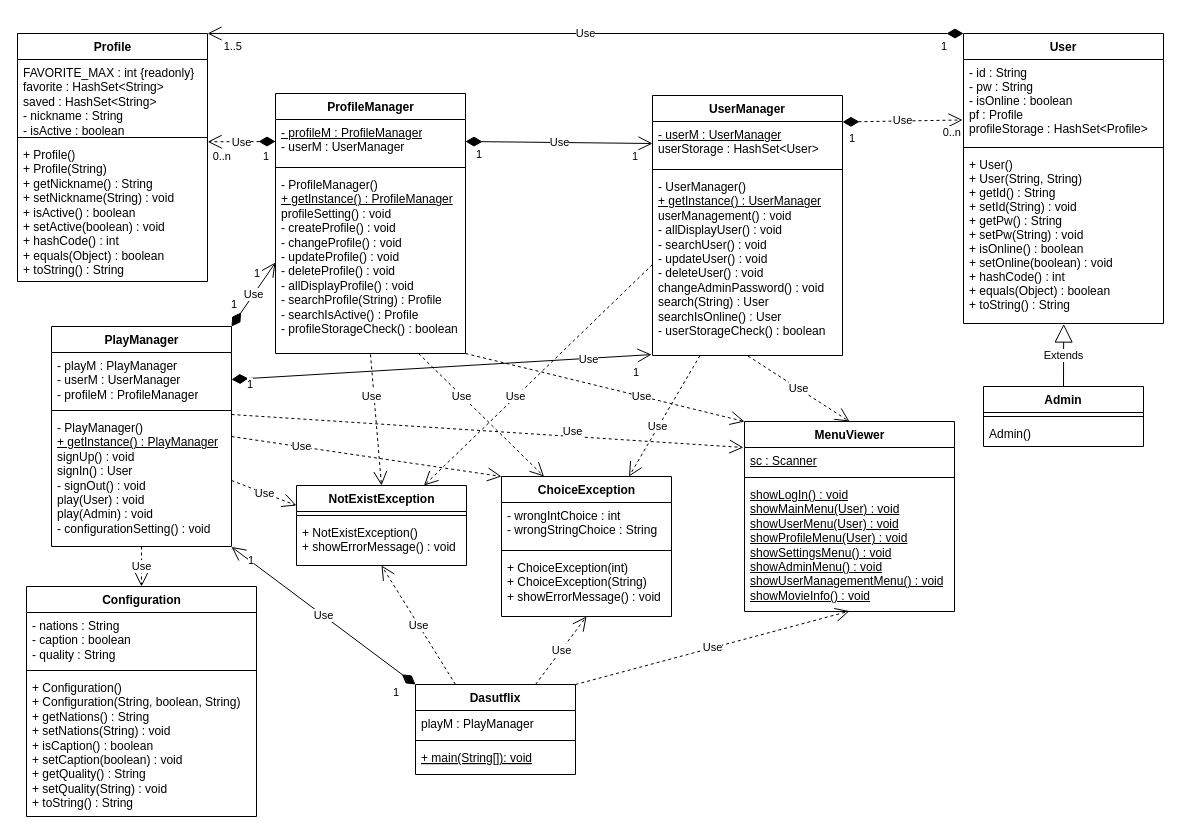
This is 5_Java/Dasutflix/DasutflixClassDiagram.drawio from bcchoi518/Gukbi, a draw.io file, before an edit. Source tidied: cells renumbered, new cells numbered last; positions are measured from the earlier drawing's top-left corner, leaving out a move shared by most shapes. Both pictures are drawn from the tidied source at 100%, with x=0, y=0 at pixel (17, 33).
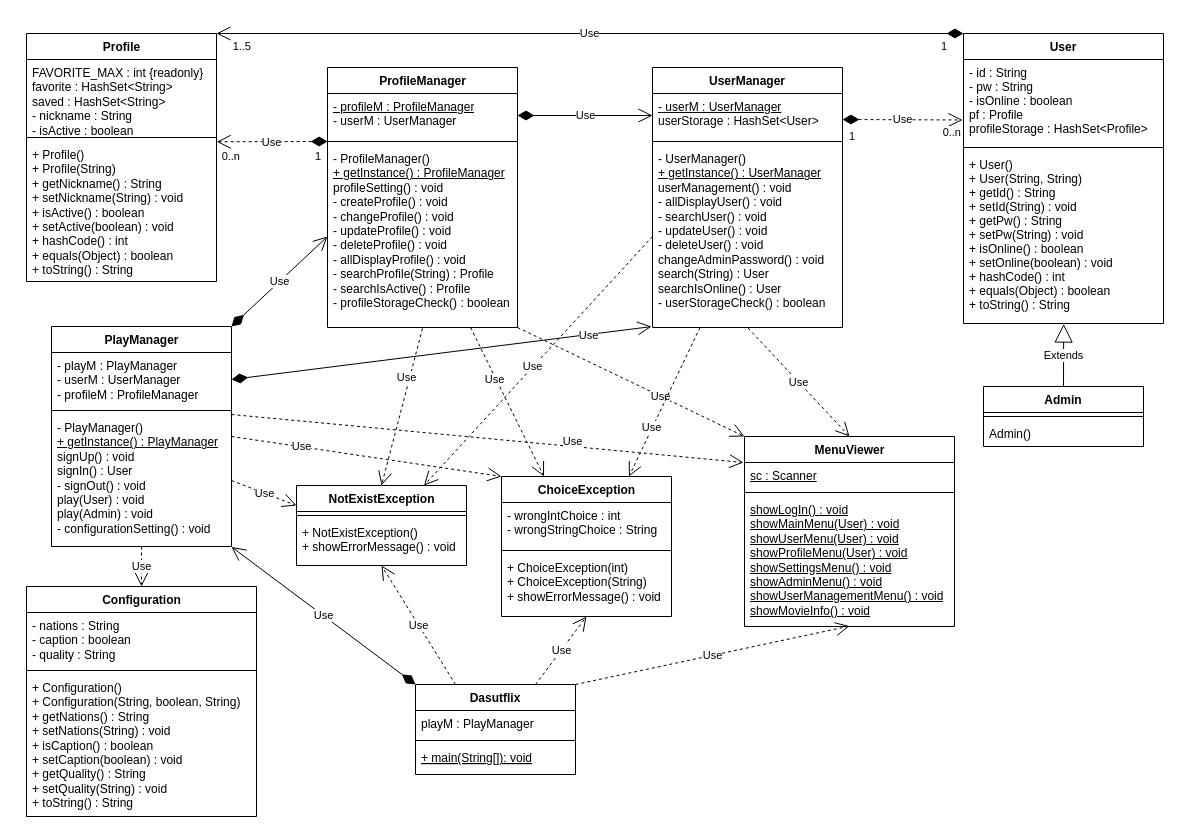
After the change.

Commit message (it also covers changes not shown here):
java mini project ~ing

The change refers to these unchanged cells:
```xml
<mxCell id="10" value="- id : String&#10;- pw : String&#10;- isOnline : boolean&#10;pf : Profile&#10;profileStorage : HashSet&lt;Profile&gt;&#10;&#10;" style="text;strokeColor=none;fillColor=none;align=left;verticalAlign=top;spacingLeft=4;spacingRight=4;overflow=hidden;points=[[0,0.5],[1,0.5]];portConstraint=eastwest;" parent="9" vertex="1">
  <mxGeometry y="26" width="200" height="84" as="geometry" />
</mxCell>
<mxCell id="14" value="&lt;u&gt;- userM : UserManager&lt;/u&gt;&lt;br&gt;userStorage : HashSet&amp;lt;User&amp;gt;" style="text;strokeColor=none;fillColor=none;align=left;verticalAlign=top;spacingLeft=4;spacingRight=4;overflow=hidden;points=[[0,0.5],[1,0.5]];portConstraint=eastwest;html=1;" parent="13" vertex="1">
  <mxGeometry y="26" width="190" height="44" as="geometry" />
</mxCell>
<mxCell id="16" value="&lt;div&gt;- UserManager()&lt;/div&gt;&lt;div&gt;&lt;u&gt;+ getInstance() : UserManager&lt;/u&gt;&lt;/div&gt;&lt;div&gt;userManagement() : void&lt;/div&gt;&lt;div&gt;- allDisplayUser() : void&lt;/div&gt;&lt;div&gt;- searchUser() : void&lt;/div&gt;&lt;div&gt;- updateUser() : void&lt;/div&gt;&lt;div&gt;- deleteUser() : void&lt;/div&gt;&lt;div&gt;changeAdminPassword() : void&lt;/div&gt;&lt;div&gt;search(String) : User&lt;/div&gt;&lt;div&gt;searchIsOnline() : User&lt;/div&gt;&lt;div&gt;- userStorageCheck() : boolean&lt;br&gt;&lt;/div&gt;" style="text;strokeColor=none;fillColor=none;align=left;verticalAlign=top;spacingLeft=4;spacingRight=4;overflow=hidden;points=[[0,0.5],[1,0.5]];portConstraint=eastwest;html=1;" parent="13" vertex="1">
  <mxGeometry y="78" width="190" height="182" as="geometry" />
</mxCell>
<mxCell id="20" value="&lt;div&gt;+ Profile()&lt;/div&gt;&lt;div&gt;+ Profile(String)&lt;/div&gt;&lt;div&gt;+ getNickname() : String&lt;/div&gt;&lt;div&gt;+ setNickname(String) : void&lt;/div&gt;&lt;div&gt;+ isActive() : boolean&lt;/div&gt;&lt;div&gt;+ setActive(boolean) : void&lt;/div&gt;&lt;div&gt;+ hashCode() : int&lt;/div&gt;&lt;div&gt;+ equals(Object) : boolean&lt;/div&gt;&lt;div&gt;+ toString() : String&lt;br&gt;&lt;/div&gt;&lt;div&gt;&lt;br&gt;&lt;/div&gt;" style="text;strokeColor=none;fillColor=none;align=left;verticalAlign=top;spacingLeft=4;spacingRight=4;overflow=hidden;points=[[0,0.5],[1,0.5]];portConstraint=eastwest;html=1;" parent="17" vertex="1">
  <mxGeometry y="108" width="190" height="140" as="geometry" />
</mxCell>
<mxCell id="22" value="&lt;div&gt;&lt;u&gt;- profileM : ProfileManager&lt;/u&gt;&lt;/div&gt;&lt;div&gt;- userM : UserManager&lt;u&gt;&lt;br&gt;&lt;/u&gt;&lt;/div&gt;" style="text;strokeColor=none;fillColor=none;align=left;verticalAlign=top;spacingLeft=4;spacingRight=4;overflow=hidden;points=[[0,0.5],[1,0.5]];portConstraint=eastwest;html=1;" parent="21" vertex="1">
  <mxGeometry y="26" width="190" height="44" as="geometry" />
</mxCell>
<mxCell id="23" style="line;strokeWidth=1;fillColor=none;align=left;verticalAlign=middle;spacingTop=-1;spacingLeft=3;spacingRight=3;labelPosition=right;points=[];portConstraint=eastwest;html=1;" parent="21" vertex="1">
  <mxGeometry y="70" width="190" height="8" as="geometry" />
</mxCell>
<mxCell id="37" value="ChoiceException" style="swimlane;fontStyle=1;align=center;verticalAlign=top;horizontal=1;startSize=26;html=1;" parent="1" vertex="1">
  <mxGeometry x="484" y="443" width="170" height="140" as="geometry" />
</mxCell>
<mxCell id="41" value="NotExistException" style="swimlane;fontStyle=1;align=center;verticalAlign=top;horizontal=1;startSize=26;html=1;" parent="1" vertex="1">
  <mxGeometry x="279" y="452" width="170" height="80" as="geometry" />
</mxCell>
<mxCell id="54" value="Use" style="endArrow=open;html=1;endSize=12;startArrow=diamondThin;startSize=14;startFill=1;rounded=0;exitX=1;exitY=0.5;exitDx=0;exitDy=0;entryX=0;entryY=0.5;entryDx=0;entryDy=0;" parent="1" edge="1" source="22" target="14">
  <mxGeometry relative="1" as="geometry" />
</mxCell>
<mxCell id="57" value="Use" style="endArrow=open;html=1;endSize=12;startArrow=diamondThin;startSize=14;startFill=1;rounded=0;exitX=1;exitY=0.5;exitDx=0;exitDy=0;entryX=-0.005;entryY=0.995;entryDx=0;entryDy=0;entryPerimeter=0;" parent="1" edge="1" source="26" target="16">
  <mxGeometry x="0.7" y="-1" relative="1" as="geometry" />
</mxCell>
<mxCell id="60" value="Use" style="endArrow=open;html=1;endSize=12;startArrow=diamondThin;startSize=14;startFill=1;rounded=0;exitX=1;exitY=0;exitDx=0;exitDy=0;entryX=0;entryY=0.5;entryDx=0;entryDy=0;" parent="1" edge="1" source="25" target="24">
  <mxGeometry relative="1" as="geometry" />
</mxCell>
<mxCell id="66" value="Use" style="endArrow=open;html=1;endSize=12;startArrow=diamondThin;startSize=14;startFill=1;rounded=0;exitX=0;exitY=0;exitDx=0;exitDy=0;entryX=1;entryY=1.003;entryDx=0;entryDy=0;entryPerimeter=0;" parent="1" edge="1" source="2" target="28">
  <mxGeometry relative="1" as="geometry" />
</mxCell>
```

Change to the diagram source:
```diff
@@
     <mxCell id="13" value="UserManager" style="swimlane;fontStyle=1;align=center;verticalAlign=top;horizontal=1;startSize=26;" parent="1" vertex="1">
-      <mxGeometry x="635" y="62" width="190" height="260" as="geometry" />
+      <mxGeometry x="635" y="34" width="190" height="260" as="geometry" />
     </mxCell>
@@
     <mxCell id="17" value="Profile" style="swimlane;fontStyle=1;align=center;verticalAlign=top;horizontal=1;startSize=26;html=1;" parent="1" vertex="1">
-      <mxGeometry width="190" height="248" as="geometry" />
+      <mxGeometry x="9" width="190" height="248" as="geometry" />
     </mxCell>
@@
     <mxCell id="21" value="ProfileManager" style="swimlane;fontStyle=1;align=center;verticalAlign=top;horizontal=1;startSize=26;html=1;" parent="1" vertex="1">
-      <mxGeometry x="258" y="60" width="190" height="260" as="geometry" />
+      <mxGeometry x="310" y="34" width="190" height="260" as="geometry" />
     </mxCell>
@@
     <mxCell id="29" value="MenuViewer" style="swimlane;fontStyle=1;align=center;verticalAlign=top;horizontal=1;startSize=26;html=1;" parent="1" vertex="1">
-      <mxGeometry x="727" y="388" width="210" height="190" as="geometry" />
+      <mxGeometry x="727" y="403" width="210" height="190" as="geometry" />
     </mxCell>
@@
-    <mxCell id="46" value="Use" style="endArrow=open;html=1;endSize=12;startArrow=diamondThin;startSize=14;startFill=1;rounded=0;entryX=-0.005;entryY=0.72;entryDx=0;entryDy=0;exitX=1;exitY=0.011;exitDx=0;exitDy=0;dashed=1;exitPerimeter=0;entryPerimeter=0;" parent="1" edge="1" source="14" target="10">
+    <mxCell id="46" value="Use" style="endArrow=open;html=1;endSize=12;startArrow=diamondThin;startSize=14;startFill=1;rounded=0;entryX=-0.005;entryY=0.72;entryDx=0;entryDy=0;exitX=1;exitY=0.591;exitDx=0;exitDy=0;dashed=1;exitPerimeter=0;entryPerimeter=0;" parent="1" edge="1" source="14" target="10">
       <mxGeometry relative="1" as="geometry" />
     </mxCell>
@@
-    <mxCell id="49" value="Use" style="endArrow=open;html=1;endSize=12;startArrow=diamondThin;startSize=14;startFill=1;rounded=0;exitX=0;exitY=0.5;exitDx=0;exitDy=0;entryX=1.001;entryY=0.002;entryDx=0;entryDy=0;dashed=1;entryPerimeter=0;" parent="1" edge="1" source="22" target="20">
+    <mxCell id="49" value="Use" style="endArrow=open;html=1;endSize=12;startArrow=diamondThin;startSize=14;startFill=1;rounded=0;exitX=0.001;exitY=0.5;exitDx=0;exitDy=0;entryX=1.001;entryY=0.002;entryDx=0;entryDy=0;dashed=1;entryPerimeter=0;exitPerimeter=0;" parent="1" edge="1" source="23" target="20">
       <mxGeometry y="1" relative="1" as="geometry" />
     </mxCell>
@@
-    <mxCell id="55" value="1" style="edgeLabel;html=1;align=left;verticalAlign=top;" parent="54" vertex="1">
-      <mxGeometry x="-1" relative="1" as="geometry">
-        <mxPoint x="9" as="offset" />
-      </mxGeometry>
-    </mxCell>
-    <mxCell id="56" value="1" style="edgeLabel;html=1;align=right;verticalAlign=top;" parent="54" vertex="1">
-      <mxGeometry x="1" relative="1" as="geometry">
-        <mxPoint x="-14" as="offset" />
-      </mxGeometry>
-    </mxCell>
@@
-    <mxCell id="58" value="1" style="edgeLabel;html=1;align=left;verticalAlign=top;" parent="57" vertex="1">
-      <mxGeometry x="-1" relative="1" as="geometry">
-        <mxPoint x="14" y="-8" as="offset" />
-      </mxGeometry>
-    </mxCell>
-    <mxCell id="59" value="1" style="edgeLabel;html=1;align=right;verticalAlign=top;" parent="57" vertex="1">
-      <mxGeometry x="1" relative="1" as="geometry">
-        <mxPoint x="-12" y="5" as="offset" />
-      </mxGeometry>
-    </mxCell>
@@
-    <mxCell id="61" value="1" style="edgeLabel;html=1;align=left;verticalAlign=top;" parent="60" vertex="1">
-      <mxGeometry x="-1" relative="1" as="geometry">
-        <mxPoint x="-2" y="-35" as="offset" />
-      </mxGeometry>
-    </mxCell>
-    <mxCell id="62" value="1" style="edgeLabel;html=1;align=right;verticalAlign=top;" parent="60" vertex="1">
-      <mxGeometry x="1" relative="1" as="geometry">
-        <mxPoint x="-15" y="-2" as="offset" />
-      </mxGeometry>
-    </mxCell>
@@
-    <mxCell id="67" value="1" style="edgeLabel;html=1;align=left;verticalAlign=top;" parent="66" vertex="1">
-      <mxGeometry x="-1" relative="1" as="geometry">
-        <mxPoint x="-24" y="-5" as="offset" />
-      </mxGeometry>
-    </mxCell>
-    <mxCell id="68" value="1" style="edgeLabel;html=1;align=right;verticalAlign=top;" parent="66" vertex="1">
-      <mxGeometry x="1" relative="1" as="geometry">
-        <mxPoint x="23" y="1" as="offset" />
-      </mxGeometry>
-    </mxCell>
@@
     <mxCell id="76" value="Use" style="endArrow=open;endSize=12;dashed=1;html=1;rounded=0;exitX=0.25;exitY=1;exitDx=0;exitDy=0;entryX=0.75;entryY=0;entryDx=0;entryDy=0;" parent="1" edge="1" source="13" target="37">
-      <mxGeometry x="0.2" relative="1" as="geometry">
-        <mxPoint y="-1" as="offset" />
-      </mxGeometry>
+      <mxGeometry x="0.34" y="-1" relative="1" as="geometry" />
     </mxCell>
@@
     <mxCell id="78" value="Use" style="endArrow=open;endSize=12;dashed=1;html=1;rounded=0;exitX=0;exitY=0.5;exitDx=0;exitDy=0;entryX=0.75;entryY=0;entryDx=0;entryDy=0;" parent="1" edge="1" source="16" target="41">
-      <mxGeometry x="0.2" relative="1" as="geometry">
-        <mxPoint y="-1" as="offset" />
-      </mxGeometry>
+      <mxGeometry x="0.05" y="-1" relative="1" as="geometry" />
     </mxCell>
```
